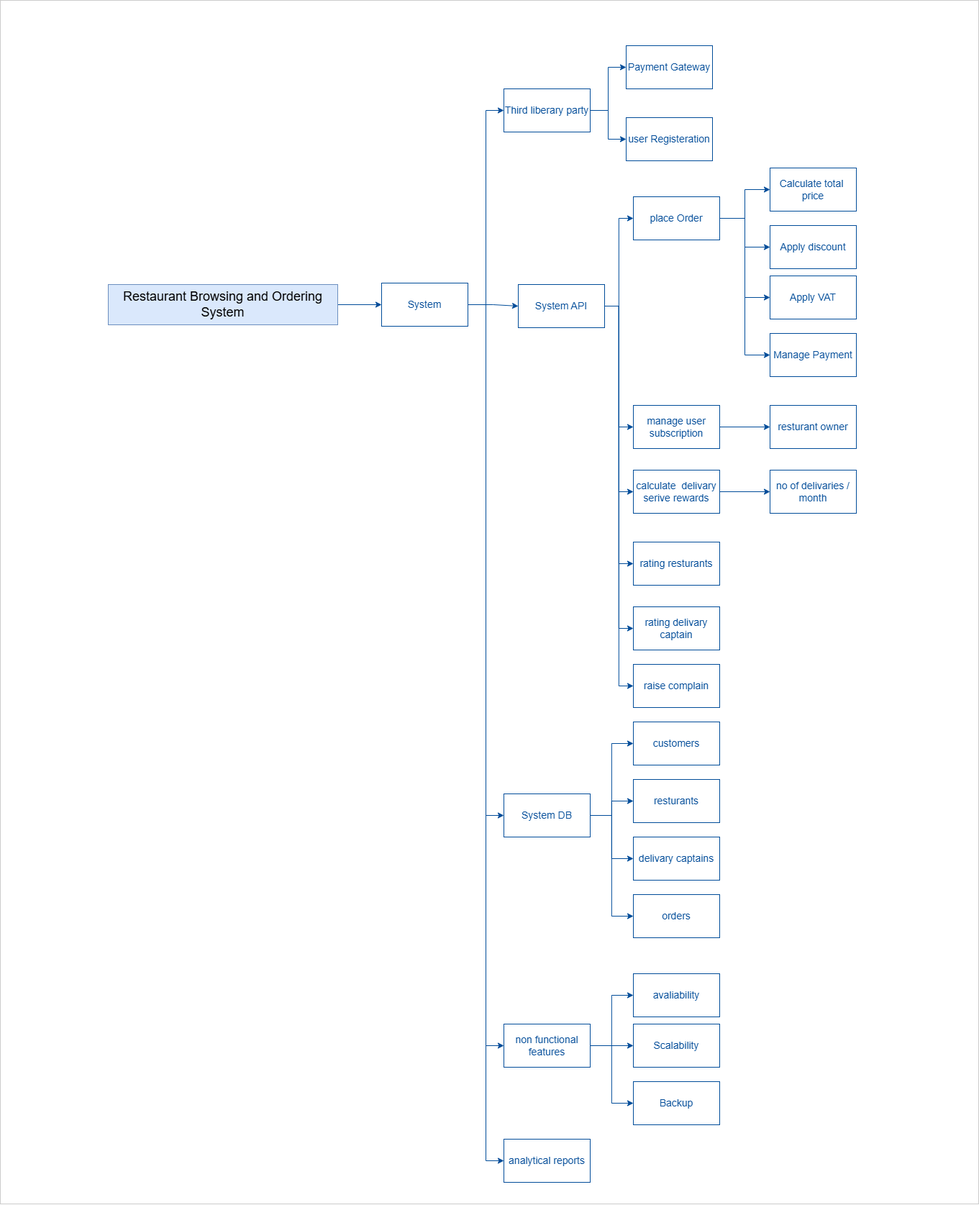
This is images/system_features.png from Radwa-Kelany/Food-Delivery-Platform-, a draw.io export, as it was before one commit. Source tidied: cells renumbered, new cells last; positions are measured from the earlier drawing's top-left corner, leaving out a move shared by most shapes.
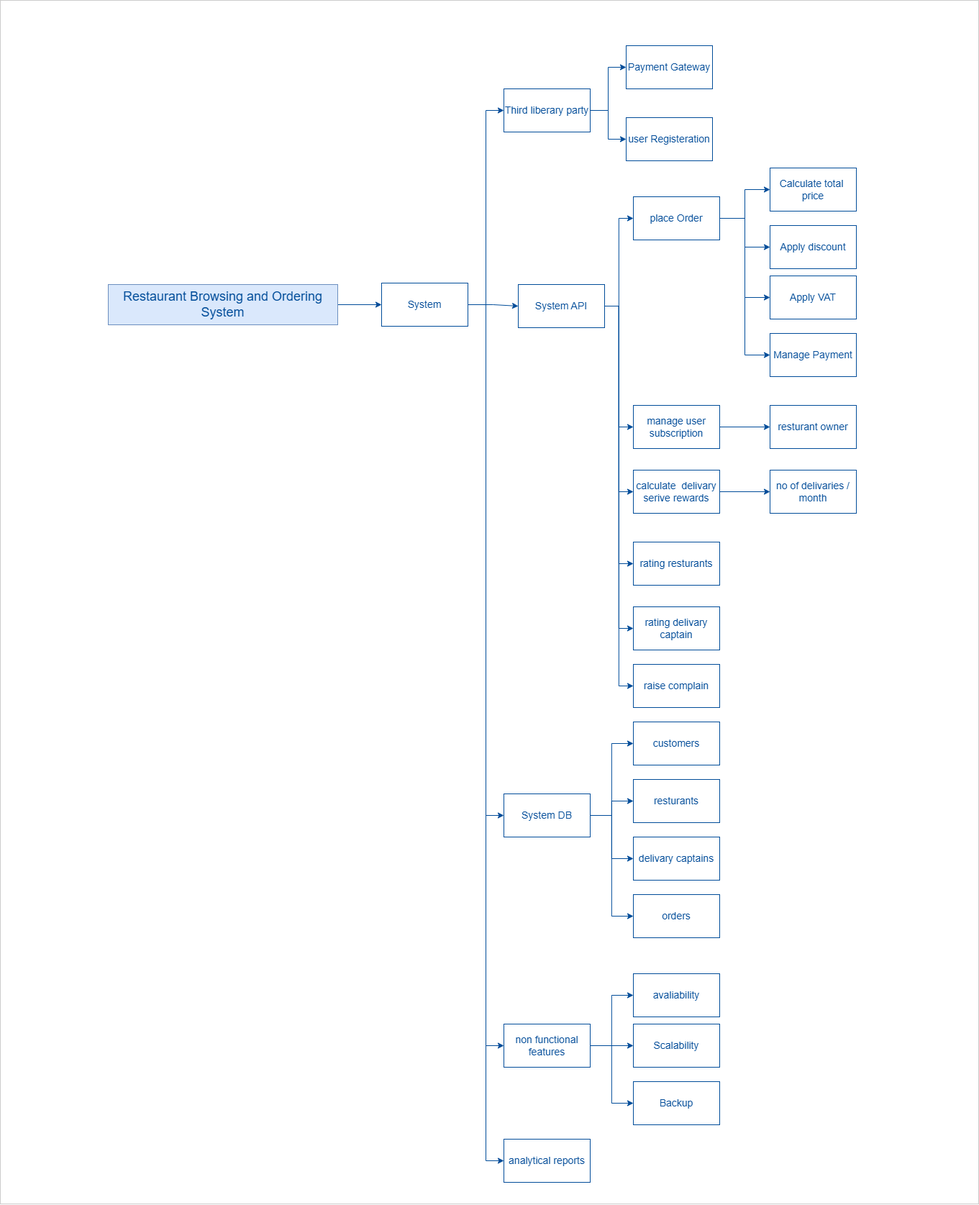
The same diagram one commit later.

The edit, as a diff of the source:
```diff
@@ -8,7 +8,7 @@
     <mxCell id="3" style="edgeStyle=orthogonalEdgeStyle;rounded=0;jettySize=auto;html=1;exitX=1;exitY=0.5;exitDx=0;exitDy=0;strokeColor=#004C99;fontColor=#004C99;fontSize=14;" parent="1" edge="1" source="4" target="10">
       <mxGeometry relative="1" as="geometry" />
     </mxCell>
-    <mxCell id="4" value="&lt;font style=&quot;font-size: 18px;&quot;&gt;Restaurant Browsing and Ordering System&lt;/font&gt;" style="rounded=0;whiteSpace=wrap;html=1;strokeColor=#6c8ebf;fontSize=14;fillColor=#dae8fc;" parent="1" vertex="1">
+    <mxCell id="4" value="&lt;font style=&quot;font-size: 18px; color: rgb(0, 76, 153);&quot;&gt;Restaurant Browsing and Ordering System&lt;/font&gt;" style="rounded=0;whiteSpace=wrap;html=1;strokeColor=#6c8ebf;fontSize=14;fillColor=#dae8fc;" parent="1" vertex="1">
       <mxGeometry x="150" y="395" width="319" height="56" as="geometry" />
     </mxCell>
     <mxCell id="5" style="edgeStyle=orthogonalEdgeStyle;rounded=0;jettySize=auto;html=1;exitX=1;exitY=0.5;exitDx=0;exitDy=0;entryX=0;entryY=0.5;entryDx=0;entryDy=0;strokeColor=#004C99;fontColor=#004C99;fontSize=14;" parent="1" edge="1" source="10" target="22">
```
